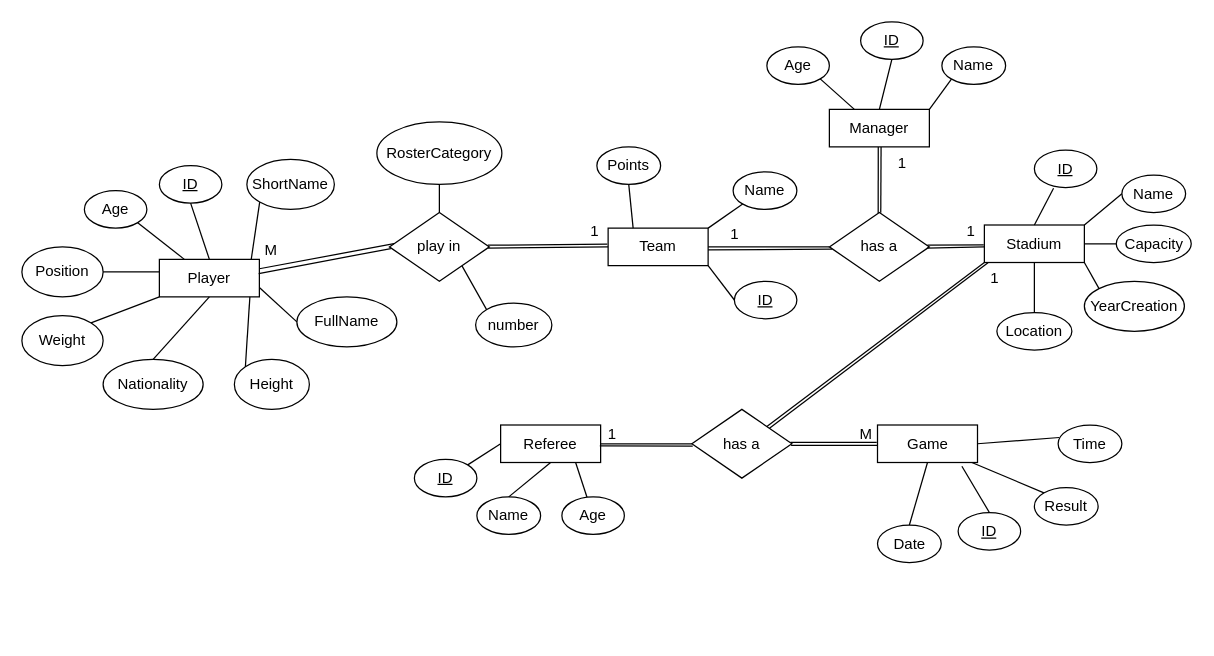
Before: DER.drawio in jpls10190/DatabaseMLS, a draw.io diagram. Source tidied: cells renumbered, new cells numbered last; positions are measured from the earlier drawing's top-left corner, leaving out a move shared by most shapes. Both pictures are drawn from the tidied source at 125%, with x=0, y=0 at pixel (21, 21).
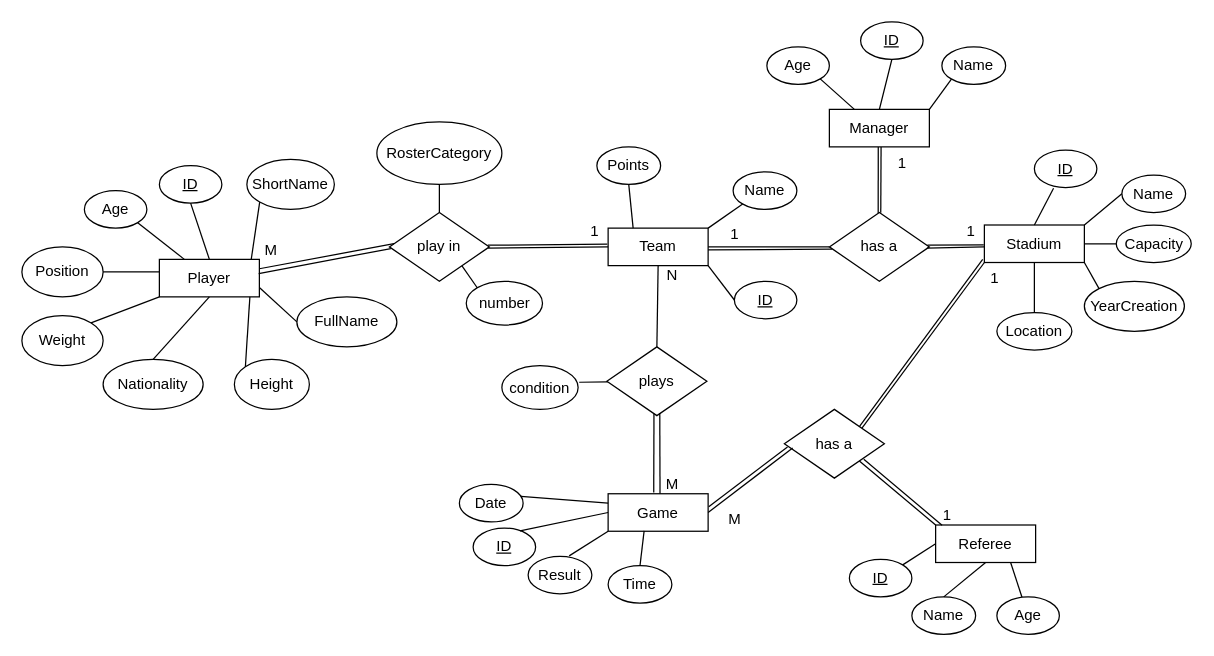
The same page after the edit.

Unchanged cells that the change refers to:
```xml
<mxCell id="3" value="Team" style="rounded=0;whiteSpace=wrap;html=1;" parent="1" vertex="1">
  <mxGeometry x="469" y="165" width="80" height="30" as="geometry" />
</mxCell>
<mxCell id="5" value="Stadium" style="rounded=0;whiteSpace=wrap;html=1;" parent="1" vertex="1">
  <mxGeometry x="770" y="162.5" width="80" height="30" as="geometry" />
</mxCell>
```

Diff of the diagram source:
```diff
@@
-    <mxCell id="4" value="Game" style="rounded=0;whiteSpace=wrap;html=1;" parent="1" vertex="1">
-      <mxGeometry x="684.5" y="322.5" width="80" height="30" as="geometry" />
-    </mxCell>
@@
     <mxCell id="6" value="Referee" style="rounded=0;whiteSpace=wrap;html=1;" parent="1" vertex="1">
-      <mxGeometry x="383" y="322.5" width="80" height="30" as="geometry" />
+      <mxGeometry x="731" y="402.5" width="80" height="30" as="geometry" />
     </mxCell>
@@
-    <mxCell id="30" value="&lt;u&gt;ID&lt;/u&gt;" style="ellipse;whiteSpace=wrap;html=1;" parent="1" vertex="1">
-      <mxGeometry x="749" y="392.5" width="50" height="30" as="geometry" />
-    </mxCell>
-    <mxCell id="31" value="Result" style="ellipse;whiteSpace=wrap;html=1;" parent="1" vertex="1">
-      <mxGeometry x="810" y="372.5" width="51" height="30" as="geometry" />
-    </mxCell>
-    <mxCell id="32" value="Date" style="ellipse;whiteSpace=wrap;html=1;" parent="1" vertex="1">
-      <mxGeometry x="684.5" y="402.5" width="51" height="30" as="geometry" />
-    </mxCell>
-    <mxCell id="33" value="Time" style="ellipse;whiteSpace=wrap;html=1;" parent="1" vertex="1">
-      <mxGeometry x="829" y="322.5" width="51" height="30" as="geometry" />
-    </mxCell>
@@
-    <mxCell id="44" style="endArrow=none;html=1;rounded=0;exitX=1;exitY=0.5;exitDx=0;exitDy=0;" parent="1" edge="1" source="4">
-      <mxGeometry relative="1" as="geometry">
-        <mxPoint x="830" y="332.5" as="targetPoint" />
-      </mxGeometry>
-    </mxCell>
-    <mxCell id="45" style="endArrow=none;html=1;rounded=0;entryX=0.5;entryY=1;entryDx=0;entryDy=0;exitX=0.5;exitY=0;exitDx=0;exitDy=0;" parent="1" edge="1" source="32" target="4">
-      <mxGeometry relative="1" as="geometry" />
-    </mxCell>
-    <mxCell id="46" style="endArrow=none;html=1;rounded=0;entryX=0.844;entryY=1.1;entryDx=0;entryDy=0;exitX=0.5;exitY=0;exitDx=0;exitDy=0;entryPerimeter=0;" parent="1" edge="1" source="30" target="4">
-      <mxGeometry relative="1" as="geometry" />
-    </mxCell>
-    <mxCell id="47" style="endArrow=none;html=1;rounded=0;exitX=0;exitY=0;exitDx=0;exitDy=0;" parent="1" edge="1" source="31">
-      <mxGeometry relative="1" as="geometry">
-        <mxPoint x="760" y="352.5" as="targetPoint" />
-      </mxGeometry>
-    </mxCell>
     <mxCell id="48" value="&lt;u&gt;ID&lt;/u&gt;" style="ellipse;whiteSpace=wrap;html=1;" parent="1" vertex="1">
-      <mxGeometry x="314" y="350" width="50" height="30" as="geometry" />
+      <mxGeometry x="662" y="430" width="50" height="30" as="geometry" />
     </mxCell>
     <mxCell id="49" value="Name" style="ellipse;whiteSpace=wrap;html=1;" parent="1" vertex="1">
-      <mxGeometry x="364" y="380" width="51" height="30" as="geometry" />
+      <mxGeometry x="712" y="460" width="51" height="30" as="geometry" />
     </mxCell>
     <mxCell id="50" value="Age" style="ellipse;whiteSpace=wrap;html=1;" parent="1" vertex="1">
-      <mxGeometry x="432" y="380" width="50" height="30" as="geometry" />
+      <mxGeometry x="780" y="460" width="50" height="30" as="geometry" />
     </mxCell>
@@
     <mxCell id="67" value="number" style="ellipse;whiteSpace=wrap;html=1;" parent="1" vertex="1">
-      <mxGeometry x="363" y="225" width="61" height="35" as="geometry" />
+      <mxGeometry x="355.5" y="207.5" width="61" height="35" as="geometry" />
     </mxCell>
@@
     <mxCell id="75" value="has a" style="rhombus;whiteSpace=wrap;html=1;" parent="1" vertex="1">
-      <mxGeometry x="536" y="310" width="80" height="55" as="geometry" />
+      <mxGeometry x="610" y="310" width="80" height="55" as="geometry" />
     </mxCell>
-    <mxCell id="76" style="endArrow=none;html=1;rounded=0;entryX=0;entryY=0.5;entryDx=0;entryDy=0;exitX=1;exitY=0.5;exitDx=0;exitDy=0;" parent="1" edge="1" source="6" target="75">
+    <mxCell id="76" style="endArrow=none;html=1;rounded=0;entryX=1;entryY=1;entryDx=0;entryDy=0;exitX=0;exitY=0;exitDx=0;exitDy=0;" parent="1" edge="1" source="6" target="75">
       <mxGeometry relative="1" as="geometry" />
     </mxCell>
-    <mxCell id="77" style="endArrow=none;html=1;rounded=0;entryX=0.968;entryY=0.93;entryDx=0;entryDy=0;exitX=0.986;exitY=0.481;exitDx=0;exitDy=0;exitPerimeter=0;entryPerimeter=0;" parent="1" edge="1" source="75" target="79">
-      <mxGeometry relative="1" as="geometry" />
-    </mxCell>
@@
-    <mxCell id="79" value="M" style="text;html=1;align=center;verticalAlign=middle;whiteSpace=wrap;rounded=0;" parent="1" vertex="1">
-      <mxGeometry x="665.5" y="322.5" width="19" height="15" as="geometry" />
-    </mxCell>
     <mxCell id="80" value="1" style="text;html=1;align=center;verticalAlign=middle;whiteSpace=wrap;rounded=0;" parent="1" vertex="1">
-      <mxGeometry x="463" y="322.5" width="19" height="15" as="geometry" />
+      <mxGeometry x="731" y="387.5" width="19" height="15" as="geometry" />
     </mxCell>
-    <mxCell id="81" style="endArrow=none;html=1;rounded=0;entryX=0;entryY=1;entryDx=0;entryDy=0;exitX=1;exitY=0;exitDx=0;exitDy=0;" parent="1" edge="1" source="75" target="5">
+    <mxCell id="81" style="endArrow=none;html=1;rounded=0;exitX=1;exitY=0;exitDx=0;exitDy=0;entryX=-0.017;entryY=0.919;entryDx=0;entryDy=0;entryPerimeter=0;" parent="1" edge="1" source="75" target="5">
       <mxGeometry relative="1" as="geometry" />
     </mxCell>
@@
-    <mxCell id="88" style="endArrow=none;html=1;rounded=0;entryX=0.001;entryY=0.543;entryDx=0;entryDy=0;exitX=0.992;exitY=0.523;exitDx=0;exitDy=0;exitPerimeter=0;entryPerimeter=0;" parent="1" edge="1" source="75" target="4">
-      <mxGeometry relative="1" as="geometry" />
-    </mxCell>
-    <mxCell id="89" style="endArrow=none;html=1;rounded=0;entryX=0.036;entryY=1.009;entryDx=0;entryDy=0;exitX=0.776;exitY=0.274;exitDx=0;exitDy=0;exitPerimeter=0;entryPerimeter=0;" parent="1" edge="1" source="75" target="5">
+    <mxCell id="89" style="endArrow=none;html=1;rounded=0;exitX=0.776;exitY=0.274;exitDx=0;exitDy=0;exitPerimeter=0;entryX=0;entryY=1;entryDx=0;entryDy=0;" parent="1" edge="1" source="75" target="5">
       <mxGeometry relative="1" as="geometry" />
     </mxCell>
-    <mxCell id="90" style="endArrow=none;html=1;rounded=0;entryX=0.009;entryY=0.536;entryDx=0;entryDy=0;exitX=0.992;exitY=0.555;exitDx=0;exitDy=0;entryPerimeter=0;exitPerimeter=0;" parent="1" edge="1" source="6" target="75">
+    <mxCell id="90" style="endArrow=none;html=1;rounded=0;entryX=0.794;entryY=0.724;entryDx=0;entryDy=0;exitX=0.064;exitY=0.005;exitDx=0;exitDy=0;entryPerimeter=0;exitPerimeter=0;" parent="1" edge="1" source="6" target="75">
       <mxGeometry relative="1" as="geometry" />
     </mxCell>
+    <mxCell id="4" value="Game" style="rounded=0;whiteSpace=wrap;html=1;" parent="1" vertex="1">
+      <mxGeometry x="469" y="377.5" width="80" height="30" as="geometry" />
+    </mxCell>
+    <mxCell id="30" value="&lt;u&gt;ID&lt;/u&gt;" style="ellipse;whiteSpace=wrap;html=1;" parent="1" vertex="1">
+      <mxGeometry x="361" y="405" width="50" height="30" as="geometry" />
+    </mxCell>
+    <mxCell id="31" value="Result" style="ellipse;whiteSpace=wrap;html=1;" parent="1" vertex="1">
+      <mxGeometry x="405" y="427.5" width="51" height="30" as="geometry" />
+    </mxCell>
+    <mxCell id="32" value="Date" style="ellipse;whiteSpace=wrap;html=1;" parent="1" vertex="1">
+      <mxGeometry x="350" y="370" width="51" height="30" as="geometry" />
+    </mxCell>
+    <mxCell id="33" value="Time" style="ellipse;whiteSpace=wrap;html=1;" parent="1" vertex="1">
+      <mxGeometry x="469" y="435" width="51" height="30" as="geometry" />
+    </mxCell>
+    <mxCell id="91" style="endArrow=none;html=1;rounded=0;exitX=0.36;exitY=0.99;exitDx=0;exitDy=0;exitPerimeter=0;entryX=0.5;entryY=0;entryDx=0;entryDy=0;" parent="1" edge="1" source="4" target="33">
+      <mxGeometry relative="1" as="geometry" />
+    </mxCell>
+    <mxCell id="45" style="endArrow=none;html=1;rounded=0;entryX=0;entryY=0.25;entryDx=0;entryDy=0;exitX=0.965;exitY=0.32;exitDx=0;exitDy=0;exitPerimeter=0;" parent="1" edge="1" source="32" target="4">
+      <mxGeometry relative="1" as="geometry" />
+    </mxCell>
+    <mxCell id="46" style="endArrow=none;html=1;rounded=0;entryX=0;entryY=0.5;entryDx=0;entryDy=0;exitX=0.75;exitY=0.073;exitDx=0;exitDy=0;exitPerimeter=0;" parent="1" edge="1" source="30" target="4">
+      <mxGeometry relative="1" as="geometry" />
+    </mxCell>
+    <mxCell id="92" style="endArrow=none;html=1;rounded=0;exitX=0.644;exitY=-0.01;exitDx=0;exitDy=0;entryX=0;entryY=1;entryDx=0;entryDy=0;exitPerimeter=0;" parent="1" edge="1" source="31" target="4">
+      <mxGeometry relative="1" as="geometry" />
+    </mxCell>
+    <mxCell id="93" style="endArrow=none;html=1;rounded=0;exitX=1.006;exitY=0.344;exitDx=0;exitDy=0;entryX=0.031;entryY=0.546;entryDx=0;entryDy=0;entryPerimeter=0;exitPerimeter=0;" parent="1" edge="1" source="4" target="75">
+      <mxGeometry relative="1" as="geometry" />
+    </mxCell>
+    <mxCell id="94" value="M" style="text;html=1;align=center;verticalAlign=middle;whiteSpace=wrap;rounded=0;" parent="1" vertex="1">
+      <mxGeometry x="560.5" y="390" width="19" height="15" as="geometry" />
+    </mxCell>
+    <mxCell id="95" style="endArrow=none;html=1;rounded=0;entryX=0.083;entryY=0.562;entryDx=0;entryDy=0;exitX=1;exitY=0.5;exitDx=0;exitDy=0;entryPerimeter=0;" parent="1" edge="1" source="4" target="75">
+      <mxGeometry relative="1" as="geometry" />
+    </mxCell>
+    <mxCell id="96" value="plays" style="rhombus;whiteSpace=wrap;html=1;" parent="1" vertex="1">
+      <mxGeometry x="468" y="260" width="80" height="55" as="geometry" />
+    </mxCell>
+    <mxCell id="97" style="endArrow=none;html=1;rounded=0;exitX=0.5;exitY=0;exitDx=0;exitDy=0;entryX=0.5;entryY=1;entryDx=0;entryDy=0;" parent="1" edge="1" source="96" target="3">
+      <mxGeometry relative="1" as="geometry" />
+    </mxCell>
+    <mxCell id="98" style="endArrow=none;html=1;rounded=0;exitX=0.456;exitY=-0.033;exitDx=0;exitDy=0;exitPerimeter=0;entryX=0.471;entryY=0.971;entryDx=0;entryDy=0;entryPerimeter=0;" parent="1" edge="1" source="4" target="96">
+      <mxGeometry relative="1" as="geometry" />
+    </mxCell>
+    <mxCell id="99" style="endArrow=none;html=1;rounded=0;exitX=0.519;exitY=-0.001;exitDx=0;exitDy=0;entryX=0.529;entryY=0.961;entryDx=0;entryDy=0;entryPerimeter=0;exitPerimeter=0;" parent="1" edge="1" source="4" target="96">
+      <mxGeometry relative="1" as="geometry" />
+    </mxCell>
+    <mxCell id="100" value="M" style="text;html=1;align=center;verticalAlign=middle;whiteSpace=wrap;rounded=0;" parent="1" vertex="1">
+      <mxGeometry x="511" y="362.5" width="19" height="15" as="geometry" />
+    </mxCell>
+    <mxCell id="101" value="N" style="text;html=1;align=center;verticalAlign=middle;whiteSpace=wrap;rounded=0;" parent="1" vertex="1">
+      <mxGeometry x="511" y="195" width="19" height="15" as="geometry" />
+    </mxCell>
+    <mxCell id="102" value="condition" style="ellipse;whiteSpace=wrap;html=1;" parent="1" vertex="1">
+      <mxGeometry x="384" y="275" width="61" height="35" as="geometry" />
+    </mxCell>
+    <mxCell id="103" style="endArrow=none;html=1;rounded=0;entryX=1.014;entryY=0.38;entryDx=0;entryDy=0;entryPerimeter=0;" parent="1" edge="1" source="96" target="102">
+      <mxGeometry relative="1" as="geometry" />
+    </mxCell>
```
